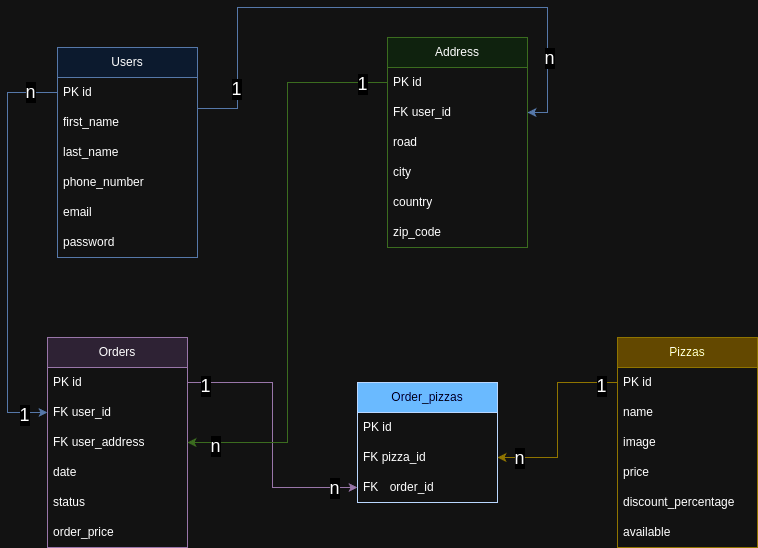
Before: .github/db_pizzeria.png, a diagram exported from draw.io (Francescodc92/pizzeria-backend-laravel-11). Source tidied: cells renumbered, new cells last; positions are measured from the earlier drawing's top-left corner, leaving out a move shared by most shapes. Source of this version:
```xml
<mxGraphModel>
  <root>
    <mxCell id="0" />
    <mxCell id="1" parent="0" />
    <mxCell id="2" value="Users" style="swimlane;fontStyle=0;horizontal=1;startSize=30;whiteSpace=wrap;html=1;fillColor=#dae8fc;strokeColor=#6c8ebf;" parent="1" vertex="1">
      <mxGeometry x="50" y="40" width="140" height="210" as="geometry" />
    </mxCell>
    <mxCell id="3" value="PK id" style="text;strokeColor=none;fillColor=none;align=left;verticalAlign=middle;spacingLeft=4;spacingRight=4;overflow=hidden;points=[[0,0.5],[1,0.5]];portConstraint=eastwest;whiteSpace=wrap;html=1;" parent="2" vertex="1">
      <mxGeometry y="30" width="140" height="30" as="geometry" />
    </mxCell>
    <mxCell id="4" value="first_name" style="text;strokeColor=none;fillColor=none;align=left;verticalAlign=middle;spacingLeft=4;spacingRight=4;overflow=hidden;whiteSpace=wrap;html=1;" parent="2" vertex="1">
      <mxGeometry y="60" width="140" height="30" as="geometry" />
    </mxCell>
    <mxCell id="5" value="last_name" style="text;strokeColor=none;fillColor=none;align=left;verticalAlign=middle;spacingLeft=4;spacingRight=4;overflow=hidden;whiteSpace=wrap;html=1;" parent="2" vertex="1">
      <mxGeometry y="90" width="140" height="30" as="geometry" />
    </mxCell>
    <mxCell id="6" value="phone_number" style="text;strokeColor=none;fillColor=none;align=left;verticalAlign=middle;spacingLeft=4;spacingRight=4;overflow=hidden;whiteSpace=wrap;html=1;" parent="2" vertex="1">
      <mxGeometry y="120" width="140" height="30" as="geometry" />
    </mxCell>
    <mxCell id="7" value="email" style="text;strokeColor=none;fillColor=none;align=left;verticalAlign=middle;spacingLeft=4;spacingRight=4;overflow=hidden;whiteSpace=wrap;html=1;" parent="2" vertex="1">
      <mxGeometry y="150" width="140" height="30" as="geometry" />
    </mxCell>
    <mxCell id="8" value="password" style="text;strokeColor=none;fillColor=none;align=left;verticalAlign=middle;spacingLeft=4;spacingRight=4;overflow=hidden;whiteSpace=wrap;html=1;" parent="2" vertex="1">
      <mxGeometry y="180" width="140" height="30" as="geometry" />
    </mxCell>
    <mxCell id="9" value="Address" style="swimlane;fontStyle=0;horizontal=1;startSize=30;whiteSpace=wrap;html=1;fillColor=#d5e8d4;strokeColor=#82b366;" parent="1" vertex="1">
      <mxGeometry x="380" y="30" width="140" height="210" as="geometry" />
    </mxCell>
    <mxCell id="10" value="PK id" style="text;strokeColor=none;fillColor=none;align=left;verticalAlign=middle;spacingLeft=4;spacingRight=4;overflow=hidden;points=[[0,0.5],[1,0.5]];portConstraint=eastwest;whiteSpace=wrap;html=1;" parent="9" vertex="1">
      <mxGeometry y="30" width="140" height="30" as="geometry" />
    </mxCell>
    <mxCell id="11" value="FK user_id" style="text;strokeColor=none;fillColor=none;align=left;verticalAlign=middle;spacingLeft=4;spacingRight=4;overflow=hidden;points=[[0,0.5],[1,0.5]];portConstraint=eastwest;whiteSpace=wrap;html=1;" parent="9" vertex="1">
      <mxGeometry y="60" width="140" height="30" as="geometry" />
    </mxCell>
    <mxCell id="12" value="road" style="text;strokeColor=none;fillColor=none;align=left;verticalAlign=middle;spacingLeft=4;spacingRight=4;overflow=hidden;whiteSpace=wrap;html=1;" parent="9" vertex="1">
      <mxGeometry y="90" width="140" height="30" as="geometry" />
    </mxCell>
    <mxCell id="13" value="city" style="text;strokeColor=none;fillColor=none;align=left;verticalAlign=middle;spacingLeft=4;spacingRight=4;overflow=hidden;whiteSpace=wrap;html=1;" parent="9" vertex="1">
      <mxGeometry y="120" width="140" height="30" as="geometry" />
    </mxCell>
    <mxCell id="14" value="country" style="text;strokeColor=none;fillColor=none;align=left;verticalAlign=middle;spacingLeft=4;spacingRight=4;overflow=hidden;whiteSpace=wrap;html=1;" parent="9" vertex="1">
      <mxGeometry y="150" width="140" height="30" as="geometry" />
    </mxCell>
    <mxCell id="15" value="zip_code" style="text;strokeColor=none;fillColor=none;align=left;verticalAlign=middle;spacingLeft=4;spacingRight=4;overflow=hidden;whiteSpace=wrap;html=1;" parent="9" vertex="1">
      <mxGeometry y="180" width="140" height="30" as="geometry" />
    </mxCell>
    <mxCell id="16" style="edgeStyle=orthogonalEdgeStyle;rounded=0;jettySize=auto;html=1;exitX=1;exitY=0.5;exitDx=0;exitDy=0;fillColor=#dae8fc;strokeColor=#6c8ebf;entryX=1;entryY=0.5;entryDx=0;entryDy=0;" parent="1" edge="1" target="11">
      <mxGeometry relative="1" as="geometry">
        <mxPoint x="190" y="100" as="sourcePoint" />
        <Array as="points">
          <mxPoint x="190" y="101" />
          <mxPoint x="230" y="101" />
          <mxPoint x="230" />
          <mxPoint x="540" />
          <mxPoint x="540" y="105" />
        </Array>
      </mxGeometry>
    </mxCell>
    <mxCell id="17" value="1" style="edgeLabel;html=1;align=center;verticalAlign=middle;fontSize=18;" parent="16" vertex="1">
      <mxGeometry x="-0.79" y="2" relative="1" as="geometry" />
    </mxCell>
    <mxCell id="18" value="n" style="edgeLabel;html=1;align=center;verticalAlign=middle;fontSize=18;" parent="16" vertex="1">
      <mxGeometry x="0.79" y="1" relative="1" as="geometry">
        <mxPoint y="-14" as="offset" />
      </mxGeometry>
    </mxCell>
    <mxCell id="19" value="Orders" style="swimlane;fontStyle=0;horizontal=1;startSize=30;whiteSpace=wrap;html=1;fillColor=#e1d5e7;strokeColor=#9673a6;" parent="1" vertex="1">
      <mxGeometry x="40" y="330" width="140" height="210" as="geometry" />
    </mxCell>
    <mxCell id="20" value="PK id" style="text;strokeColor=none;fillColor=none;align=left;verticalAlign=middle;spacingLeft=4;spacingRight=4;overflow=hidden;points=[[0,0.5],[1,0.5]];portConstraint=eastwest;whiteSpace=wrap;html=1;" parent="19" vertex="1">
      <mxGeometry y="30" width="140" height="30" as="geometry" />
    </mxCell>
    <mxCell id="21" value="FK user_id" style="text;strokeColor=none;fillColor=none;align=left;verticalAlign=middle;spacingLeft=4;spacingRight=4;overflow=hidden;points=[[0,0.5],[1,0.5]];portConstraint=eastwest;whiteSpace=wrap;html=1;" parent="19" vertex="1">
      <mxGeometry y="60" width="140" height="30" as="geometry" />
    </mxCell>
    <mxCell id="22" value="FK user_address" style="text;strokeColor=none;fillColor=none;align=left;verticalAlign=middle;spacingLeft=4;spacingRight=4;overflow=hidden;points=[[0,0.5],[1,0.5]];portConstraint=eastwest;whiteSpace=wrap;html=1;" parent="19" vertex="1">
      <mxGeometry y="90" width="140" height="30" as="geometry" />
    </mxCell>
    <mxCell id="23" value="date" style="text;strokeColor=none;fillColor=none;align=left;verticalAlign=middle;spacingLeft=4;spacingRight=4;overflow=hidden;whiteSpace=wrap;html=1;" parent="19" vertex="1">
      <mxGeometry y="120" width="140" height="30" as="geometry" />
    </mxCell>
    <mxCell id="24" value="status" style="text;strokeColor=none;fillColor=none;align=left;verticalAlign=middle;spacingLeft=4;spacingRight=4;overflow=hidden;whiteSpace=wrap;html=1;" parent="19" vertex="1">
      <mxGeometry y="150" width="140" height="30" as="geometry" />
    </mxCell>
    <mxCell id="25" value="order_price" style="text;strokeColor=none;fillColor=none;align=left;verticalAlign=middle;spacingLeft=4;spacingRight=4;overflow=hidden;whiteSpace=wrap;html=1;" parent="19" vertex="1">
      <mxGeometry y="180" width="140" height="30" as="geometry" />
    </mxCell>
    <mxCell id="26" style="edgeStyle=orthogonalEdgeStyle;rounded=0;jettySize=auto;html=1;entryX=0;entryY=0.5;entryDx=0;entryDy=0;fillColor=#dae8fc;strokeColor=#6c8ebf;" parent="1" edge="1" source="3" target="21">
      <mxGeometry relative="1" as="geometry">
        <Array as="points">
          <mxPoint y="85" />
          <mxPoint y="405" />
        </Array>
      </mxGeometry>
    </mxCell>
    <mxCell id="27" value="n" style="edgeLabel;html=1;align=center;verticalAlign=middle;fontSize=18;" parent="26" vertex="1">
      <mxGeometry x="-0.86" y="-1" relative="1" as="geometry" />
    </mxCell>
    <mxCell id="28" value="1" style="edgeLabel;html=1;align=center;verticalAlign=middle;fontSize=18;" parent="26" vertex="1">
      <mxGeometry x="0.88" y="-2" relative="1" as="geometry" />
    </mxCell>
    <mxCell id="29" value="Order_pizzas" style="swimlane;fontStyle=0;horizontal=1;startSize=30;whiteSpace=wrap;html=1;fillColor=#0050ef;strokeColor=#001DBC;fontColor=#ffffff;" parent="1" vertex="1">
      <mxGeometry x="350" y="375" width="140" height="120" as="geometry" />
    </mxCell>
    <mxCell id="30" value="PK id" style="text;strokeColor=none;fillColor=none;align=left;verticalAlign=middle;spacingLeft=4;spacingRight=4;overflow=hidden;whiteSpace=wrap;html=1;" parent="29" vertex="1">
      <mxGeometry y="30" width="140" height="30" as="geometry" />
    </mxCell>
    <mxCell id="31" value="FK pizza_id" style="text;strokeColor=none;fillColor=none;align=left;verticalAlign=middle;spacingLeft=4;spacingRight=4;overflow=hidden;points=[[0,0.5],[1,0.5]];portConstraint=eastwest;whiteSpace=wrap;html=1;" parent="29" vertex="1">
      <mxGeometry y="60" width="140" height="30" as="geometry" />
    </mxCell>
    <mxCell id="32" value="FK&amp;nbsp;&lt;span style=&quot;white-space: pre;&quot;&gt;&#9;&lt;/span&gt;order_id" style="text;strokeColor=none;fillColor=none;align=left;verticalAlign=middle;spacingLeft=4;spacingRight=4;overflow=hidden;points=[[0,0.5],[1,0.5]];portConstraint=eastwest;whiteSpace=wrap;html=1;" parent="29" vertex="1">
      <mxGeometry y="90" width="140" height="30" as="geometry" />
    </mxCell>
    <mxCell id="33" value="Pizzas" style="swimlane;fontStyle=0;horizontal=1;startSize=30;whiteSpace=wrap;html=1;fillColor=#e3c800;strokeColor=#B09500;fontColor=#000000;" parent="1" vertex="1">
      <mxGeometry x="610" y="330" width="140" height="210" as="geometry" />
    </mxCell>
    <mxCell id="34" value="PK id" style="text;strokeColor=none;fillColor=none;align=left;verticalAlign=middle;spacingLeft=4;spacingRight=4;overflow=hidden;points=[[0,0.5],[1,0.5]];portConstraint=eastwest;whiteSpace=wrap;html=1;" parent="33" vertex="1">
      <mxGeometry y="30" width="140" height="30" as="geometry" />
    </mxCell>
    <mxCell id="35" value="name" style="text;strokeColor=none;fillColor=none;align=left;verticalAlign=middle;spacingLeft=4;spacingRight=4;overflow=hidden;whiteSpace=wrap;html=1;" parent="33" vertex="1">
      <mxGeometry y="60" width="140" height="30" as="geometry" />
    </mxCell>
    <mxCell id="36" value="image" style="text;strokeColor=none;fillColor=none;align=left;verticalAlign=middle;spacingLeft=4;spacingRight=4;overflow=hidden;whiteSpace=wrap;html=1;" parent="33" vertex="1">
      <mxGeometry y="90" width="140" height="30" as="geometry" />
    </mxCell>
    <mxCell id="37" value="price" style="text;strokeColor=none;fillColor=none;align=left;verticalAlign=middle;spacingLeft=4;spacingRight=4;overflow=hidden;whiteSpace=wrap;html=1;" parent="33" vertex="1">
      <mxGeometry y="120" width="140" height="30" as="geometry" />
    </mxCell>
    <mxCell id="38" value="discount_percentage" style="text;strokeColor=none;fillColor=none;align=left;verticalAlign=middle;spacingLeft=4;spacingRight=4;overflow=hidden;whiteSpace=wrap;html=1;" parent="33" vertex="1">
      <mxGeometry y="150" width="140" height="30" as="geometry" />
    </mxCell>
    <mxCell id="39" value="available" style="text;strokeColor=none;fillColor=none;align=left;verticalAlign=middle;spacingLeft=4;spacingRight=4;overflow=hidden;whiteSpace=wrap;html=1;" parent="33" vertex="1">
      <mxGeometry y="180" width="140" height="30" as="geometry" />
    </mxCell>
    <mxCell id="40" style="edgeStyle=orthogonalEdgeStyle;rounded=0;jettySize=auto;html=1;exitX=0;exitY=0.5;exitDx=0;exitDy=0;entryX=1;entryY=0.5;entryDx=0;entryDy=0;fillColor=#e3c800;strokeColor=#B09500;" parent="1" edge="1" source="34" target="31">
      <mxGeometry relative="1" as="geometry" />
    </mxCell>
    <mxCell id="41" value="n" style="edgeLabel;html=1;align=center;verticalAlign=middle;fontSize=18;" parent="40" vertex="1">
      <mxGeometry x="0.78" relative="1" as="geometry" />
    </mxCell>
    <mxCell id="42" value="1" style="edgeLabel;html=1;align=center;verticalAlign=middle;fontSize=18;" parent="40" vertex="1">
      <mxGeometry x="-0.83" y="3" relative="1" as="geometry" />
    </mxCell>
    <mxCell id="43" style="edgeStyle=orthogonalEdgeStyle;rounded=0;jettySize=auto;html=1;exitX=1;exitY=0.5;exitDx=0;exitDy=0;entryX=0;entryY=0.5;entryDx=0;entryDy=0;fillColor=#e1d5e7;strokeColor=#9673a6;" parent="1" edge="1" source="20" target="32">
      <mxGeometry relative="1" as="geometry" />
    </mxCell>
    <mxCell id="44" value="1" style="edgeLabel;html=1;align=center;verticalAlign=middle;fontSize=18;" parent="43" vertex="1">
      <mxGeometry x="-0.88" y="-3" relative="1" as="geometry" />
    </mxCell>
    <mxCell id="45" value="n" style="edgeLabel;html=1;align=center;verticalAlign=middle;fontSize=18;" parent="43" vertex="1">
      <mxGeometry x="0.83" relative="1" as="geometry" />
    </mxCell>
    <mxCell id="46" style="edgeStyle=orthogonalEdgeStyle;rounded=0;jettySize=auto;html=1;exitX=0;exitY=0.5;exitDx=0;exitDy=0;entryX=1;entryY=0.5;entryDx=0;entryDy=0;fillColor=#d5e8d4;strokeColor=#82b366;" parent="1" edge="1" source="10" target="22">
      <mxGeometry relative="1" as="geometry" />
    </mxCell>
    <mxCell id="47" value="1" style="edgeLabel;html=1;align=center;verticalAlign=middle;fontSize=18;" parent="46" vertex="1">
      <mxGeometry x="-0.91" y="1" relative="1" as="geometry" />
    </mxCell>
    <mxCell id="48" value="n" style="edgeLabel;html=1;align=center;verticalAlign=middle;fontSize=18;" parent="46" vertex="1">
      <mxGeometry x="0.9" y="3" relative="1" as="geometry" />
    </mxCell>
  </root>
</mxGraphModel>
```
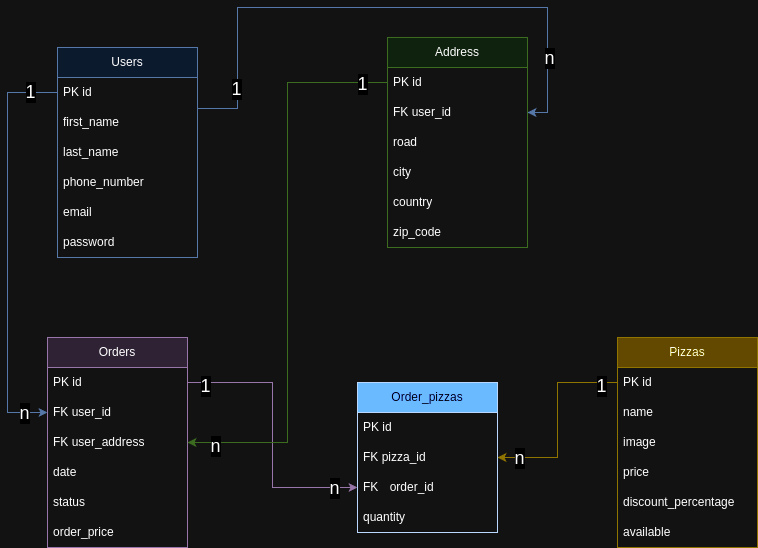
After the change.

The edit, as a diff of the source:
```diff
@@ -93,14 +93,14 @@
         </Array>
       </mxGeometry>
     </mxCell>
-    <mxCell id="27" value="n" style="edgeLabel;html=1;align=center;verticalAlign=middle;fontSize=18;" parent="26" vertex="1">
+    <mxCell id="27" value="1" style="edgeLabel;html=1;align=center;verticalAlign=middle;fontSize=18;" parent="26" vertex="1">
       <mxGeometry x="-0.86" y="-1" relative="1" as="geometry" />
     </mxCell>
-    <mxCell id="28" value="1" style="edgeLabel;html=1;align=center;verticalAlign=middle;fontSize=18;" parent="26" vertex="1">
-      <mxGeometry x="0.88" y="-2" relative="1" as="geometry" />
-    </mxCell>
+    <mxCell id="49" value="n" style="edgeLabel;html=1;align=center;verticalAlign=middle;fontSize=18;" parent="26" vertex="1">
+      <mxGeometry x="0.88" relative="1" as="geometry" />
+    </mxCell>
     <mxCell id="29" value="Order_pizzas" style="swimlane;fontStyle=0;horizontal=1;startSize=30;whiteSpace=wrap;html=1;fillColor=#0050ef;strokeColor=#001DBC;fontColor=#ffffff;" parent="1" vertex="1">
-      <mxGeometry x="350" y="375" width="140" height="120" as="geometry" />
+      <mxGeometry x="350" y="375" width="140" height="150" as="geometry" />
     </mxCell>
     <mxCell id="30" value="PK id" style="text;strokeColor=none;fillColor=none;align=left;verticalAlign=middle;spacingLeft=4;spacingRight=4;overflow=hidden;whiteSpace=wrap;html=1;" parent="29" vertex="1">
       <mxGeometry y="30" width="140" height="30" as="geometry" />
@@ -111,6 +111,9 @@
     <mxCell id="32" value="FK&amp;nbsp;&lt;span style=&quot;white-space: pre;&quot;&gt;&#9;&lt;/span&gt;order_id" style="text;strokeColor=none;fillColor=none;align=left;verticalAlign=middle;spacingLeft=4;spacingRight=4;overflow=hidden;points=[[0,0.5],[1,0.5]];portConstraint=eastwest;whiteSpace=wrap;html=1;" parent="29" vertex="1">
       <mxGeometry y="90" width="140" height="30" as="geometry" />
     </mxCell>
+    <mxCell id="50" value="quantity" style="text;strokeColor=none;fillColor=none;align=left;verticalAlign=middle;spacingLeft=4;spacingRight=4;overflow=hidden;whiteSpace=wrap;html=1;" parent="29" vertex="1">
+      <mxGeometry y="120" width="140" height="30" as="geometry" />
+    </mxCell>
     <mxCell id="33" value="Pizzas" style="swimlane;fontStyle=0;horizontal=1;startSize=30;whiteSpace=wrap;html=1;fillColor=#e3c800;strokeColor=#B09500;fontColor=#000000;" parent="1" vertex="1">
       <mxGeometry x="610" y="330" width="140" height="210" as="geometry" />
     </mxCell>
```
